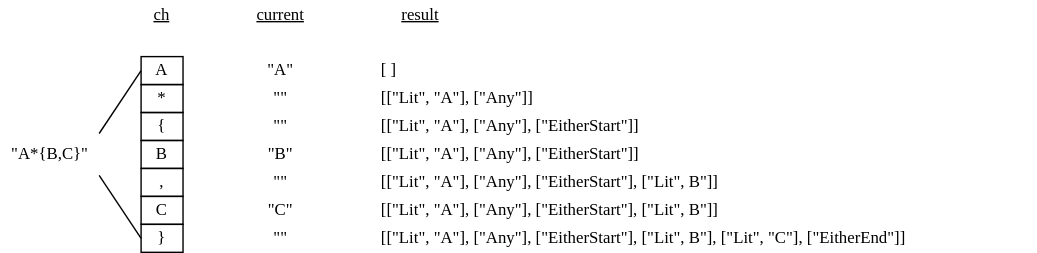
Before: docs/parse/tokenize.svg, a diagram exported from draw.io (gvwilson/sdxpy). Source tidied: cells renumbered, new cells last; positions are measured from the earlier drawing's top-left corner, leaving out a move shared by most shapes. Source of this version:
```xml
<mxGraphModel>
  <root>
    <mxCell id="0" />
    <mxCell id="1" parent="0" />
    <mxCell id="2" value="A" style="rounded=0;whiteSpace=wrap;html=1;fillColor=none;fontFamily=Verdana;" parent="1" vertex="1">
      <mxGeometry x="100" y="40" width="30" height="20" as="geometry" />
    </mxCell>
    <mxCell id="3" value="*" style="rounded=0;whiteSpace=wrap;html=1;fillColor=none;fontFamily=Verdana;" parent="1" vertex="1">
      <mxGeometry x="100" y="60" width="30" height="20" as="geometry" />
    </mxCell>
    <mxCell id="4" value="{" style="rounded=0;whiteSpace=wrap;html=1;fillColor=none;fontFamily=Verdana;" parent="1" vertex="1">
      <mxGeometry x="100" y="80" width="30" height="20" as="geometry" />
    </mxCell>
    <mxCell id="5" value="B" style="rounded=0;whiteSpace=wrap;html=1;fillColor=none;fontFamily=Verdana;" parent="1" vertex="1">
      <mxGeometry x="100" y="100" width="30" height="20" as="geometry" />
    </mxCell>
    <mxCell id="6" value="," style="rounded=0;whiteSpace=wrap;html=1;fillColor=none;fontFamily=Verdana;" parent="1" vertex="1">
      <mxGeometry x="100" y="120" width="30" height="20" as="geometry" />
    </mxCell>
    <mxCell id="7" value="C" style="rounded=0;whiteSpace=wrap;html=1;fillColor=none;fontFamily=Verdana;" parent="1" vertex="1">
      <mxGeometry x="100" y="140" width="30" height="20" as="geometry" />
    </mxCell>
    <mxCell id="8" value="}" style="rounded=0;whiteSpace=wrap;html=1;fillColor=none;fontFamily=Verdana;" parent="1" vertex="1">
      <mxGeometry x="100" y="160" width="30" height="20" as="geometry" />
    </mxCell>
    <mxCell id="9" value="&quot;A*{B,C}&quot;" style="text;html=1;strokeColor=none;fillColor=none;align=center;verticalAlign=middle;whiteSpace=wrap;rounded=0;fontFamily=Verdana;" parent="1" vertex="1">
      <mxGeometry y="95" width="70" height="30" as="geometry" />
    </mxCell>
    <mxCell id="10" style="endArrow=none;html=1;rounded=0;exitX=0;exitY=0.5;exitDx=0;exitDy=0;entryX=1;entryY=0;entryDx=0;entryDy=0;fontFamily=Verdana;" parent="1" edge="1" source="2" target="9">
      <mxGeometry relative="1" as="geometry" />
    </mxCell>
    <mxCell id="11" style="endArrow=none;html=1;rounded=0;exitX=0;exitY=0.5;exitDx=0;exitDy=0;entryX=1;entryY=1;entryDx=0;entryDy=0;fontFamily=Verdana;" parent="1" edge="1" source="8" target="9">
      <mxGeometry relative="1" as="geometry" />
    </mxCell>
    <mxCell id="12" value="&lt;u&gt;current&lt;/u&gt;" style="text;html=1;strokeColor=none;fillColor=none;align=center;verticalAlign=middle;whiteSpace=wrap;rounded=0;fontFamily=Verdana;" parent="1" vertex="1">
      <mxGeometry x="170" width="60" height="20" as="geometry" />
    </mxCell>
    <mxCell id="13" value="&lt;u&gt;result&lt;/u&gt;" style="text;html=1;strokeColor=none;fillColor=none;align=center;verticalAlign=middle;whiteSpace=wrap;rounded=0;fontFamily=Verdana;" parent="1" vertex="1">
      <mxGeometry x="270" width="60" height="20" as="geometry" />
    </mxCell>
    <mxCell id="14" value="&quot;A&quot;" style="text;html=1;strokeColor=none;fillColor=none;align=center;verticalAlign=middle;whiteSpace=wrap;rounded=0;fontFamily=Verdana;" parent="1" vertex="1">
      <mxGeometry x="170" y="40" width="60" height="20" as="geometry" />
    </mxCell>
    <mxCell id="15" value="[ ]" style="text;html=1;strokeColor=none;fillColor=none;align=left;verticalAlign=middle;whiteSpace=wrap;rounded=0;fontFamily=Verdana;" parent="1" vertex="1">
      <mxGeometry x="270" y="40" width="60" height="20" as="geometry" />
    </mxCell>
    <mxCell id="16" value="&quot;&quot;" style="text;html=1;strokeColor=none;fillColor=none;align=center;verticalAlign=middle;whiteSpace=wrap;rounded=0;fontFamily=Verdana;" parent="1" vertex="1">
      <mxGeometry x="170" y="60" width="60" height="20" as="geometry" />
    </mxCell>
    <mxCell id="17" value="&lt;u&gt;ch&lt;/u&gt;" style="text;html=1;strokeColor=none;fillColor=none;align=center;verticalAlign=middle;whiteSpace=wrap;rounded=0;fontFamily=Verdana;" parent="1" vertex="1">
      <mxGeometry x="85" width="60" height="20" as="geometry" />
    </mxCell>
    <mxCell id="18" value="[[&quot;Lit&quot;, &quot;A&quot;], [&quot;Any&quot;]]" style="text;html=1;strokeColor=none;fillColor=none;align=left;verticalAlign=middle;whiteSpace=wrap;rounded=0;fontFamily=Verdana;" parent="1" vertex="1">
      <mxGeometry x="270" y="60" width="140" height="20" as="geometry" />
    </mxCell>
    <mxCell id="19" value="&quot;&quot;" style="text;html=1;strokeColor=none;fillColor=none;align=center;verticalAlign=middle;whiteSpace=wrap;rounded=0;fontFamily=Verdana;" parent="1" vertex="1">
      <mxGeometry x="170" y="80" width="60" height="20" as="geometry" />
    </mxCell>
    <mxCell id="20" value="[[&quot;Lit&quot;, &quot;A&quot;], [&quot;Any&quot;], [&quot;EitherStart&quot;]]" style="text;html=1;strokeColor=none;fillColor=none;align=left;verticalAlign=middle;whiteSpace=wrap;rounded=0;fontFamily=Verdana;" parent="1" vertex="1">
      <mxGeometry x="270" y="80" width="230" height="20" as="geometry" />
    </mxCell>
    <mxCell id="21" value="&quot;B&quot;" style="text;html=1;strokeColor=none;fillColor=none;align=center;verticalAlign=middle;whiteSpace=wrap;rounded=0;fontFamily=Verdana;" parent="1" vertex="1">
      <mxGeometry x="170" y="100" width="60" height="20" as="geometry" />
    </mxCell>
    <mxCell id="22" value="[[&quot;Lit&quot;, &quot;A&quot;], [&quot;Any&quot;], [&quot;EitherStart&quot;]]" style="text;html=1;strokeColor=none;fillColor=none;align=left;verticalAlign=middle;whiteSpace=wrap;rounded=0;fontFamily=Verdana;" parent="1" vertex="1">
      <mxGeometry x="270" y="100" width="390" height="20" as="geometry" />
    </mxCell>
    <mxCell id="23" value="&quot;&quot;" style="text;html=1;strokeColor=none;fillColor=none;align=center;verticalAlign=middle;whiteSpace=wrap;rounded=0;fontFamily=Verdana;" parent="1" vertex="1">
      <mxGeometry x="170" y="120" width="60" height="20" as="geometry" />
    </mxCell>
    <mxCell id="24" value="[[&quot;Lit&quot;, &quot;A&quot;], [&quot;Any&quot;], [&quot;EitherStart&quot;], [&quot;Lit&quot;, B&quot;]]" style="text;html=1;strokeColor=none;fillColor=none;align=left;verticalAlign=middle;whiteSpace=wrap;rounded=0;fontFamily=Verdana;" parent="1" vertex="1">
      <mxGeometry x="270" y="120" width="390" height="20" as="geometry" />
    </mxCell>
    <mxCell id="25" value="&quot;C&quot;" style="text;html=1;strokeColor=none;fillColor=none;align=center;verticalAlign=middle;whiteSpace=wrap;rounded=0;fontFamily=Verdana;" parent="1" vertex="1">
      <mxGeometry x="170" y="140" width="60" height="20" as="geometry" />
    </mxCell>
    <mxCell id="26" value="[[&quot;Lit&quot;, &quot;A&quot;], [&quot;Any&quot;], [&quot;EitherStart&quot;], [&quot;Lit&quot;, B&quot;]]" style="text;html=1;strokeColor=none;fillColor=none;align=left;verticalAlign=middle;whiteSpace=wrap;rounded=0;fontFamily=Verdana;" parent="1" vertex="1">
      <mxGeometry x="270" y="140" width="390" height="20" as="geometry" />
    </mxCell>
    <mxCell id="27" value="&quot;&quot;" style="text;html=1;strokeColor=none;fillColor=none;align=center;verticalAlign=middle;whiteSpace=wrap;rounded=0;fontFamily=Verdana;" parent="1" vertex="1">
      <mxGeometry x="170" y="160" width="60" height="20" as="geometry" />
    </mxCell>
    <mxCell id="28" value="[[&quot;Lit&quot;, &quot;A&quot;], [&quot;Any&quot;], [&quot;EitherStart&quot;], [&quot;Lit&quot;, B&quot;], [&quot;Lit&quot;, &quot;C&quot;], [&quot;EitherEnd&quot;]]" style="text;html=1;strokeColor=none;fillColor=none;align=left;verticalAlign=middle;whiteSpace=wrap;rounded=0;fontFamily=Verdana;" parent="1" vertex="1">
      <mxGeometry x="270" y="160" width="470" height="20" as="geometry" />
    </mxCell>
  </root>
</mxGraphModel>
```
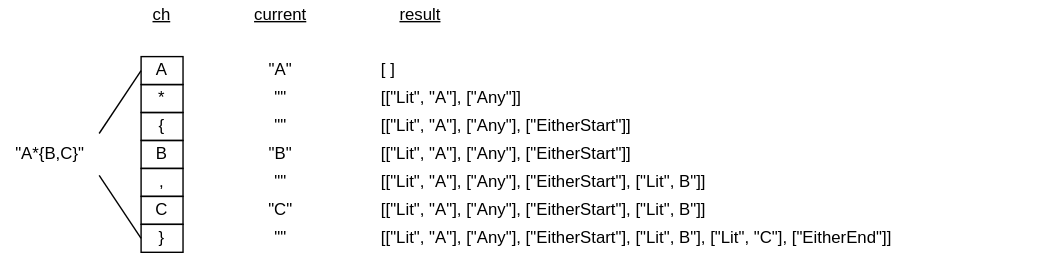
After the commit.

The edit, as a diff of the source:
```diff
@@ -2,85 +2,85 @@
   <root>
     <mxCell id="0" />
     <mxCell id="1" parent="0" />
-    <mxCell id="2" value="A" style="rounded=0;whiteSpace=wrap;html=1;fillColor=none;fontFamily=Verdana;" parent="1" vertex="1">
+    <mxCell id="2" value="A" style="rounded=0;whiteSpace=wrap;html=1;fillColor=none;fontFamily=Helvetica;" parent="1" vertex="1">
       <mxGeometry x="100" y="40" width="30" height="20" as="geometry" />
     </mxCell>
-    <mxCell id="3" value="*" style="rounded=0;whiteSpace=wrap;html=1;fillColor=none;fontFamily=Verdana;" parent="1" vertex="1">
+    <mxCell id="3" value="*" style="rounded=0;whiteSpace=wrap;html=1;fillColor=none;fontFamily=Helvetica;" parent="1" vertex="1">
       <mxGeometry x="100" y="60" width="30" height="20" as="geometry" />
     </mxCell>
-    <mxCell id="4" value="{" style="rounded=0;whiteSpace=wrap;html=1;fillColor=none;fontFamily=Verdana;" parent="1" vertex="1">
+    <mxCell id="4" value="{" style="rounded=0;whiteSpace=wrap;html=1;fillColor=none;fontFamily=Helvetica;" parent="1" vertex="1">
       <mxGeometry x="100" y="80" width="30" height="20" as="geometry" />
     </mxCell>
-    <mxCell id="5" value="B" style="rounded=0;whiteSpace=wrap;html=1;fillColor=none;fontFamily=Verdana;" parent="1" vertex="1">
+    <mxCell id="5" value="B" style="rounded=0;whiteSpace=wrap;html=1;fillColor=none;fontFamily=Helvetica;" parent="1" vertex="1">
       <mxGeometry x="100" y="100" width="30" height="20" as="geometry" />
     </mxCell>
-    <mxCell id="6" value="," style="rounded=0;whiteSpace=wrap;html=1;fillColor=none;fontFamily=Verdana;" parent="1" vertex="1">
+    <mxCell id="6" value="," style="rounded=0;whiteSpace=wrap;html=1;fillColor=none;fontFamily=Helvetica;" parent="1" vertex="1">
       <mxGeometry x="100" y="120" width="30" height="20" as="geometry" />
     </mxCell>
-    <mxCell id="7" value="C" style="rounded=0;whiteSpace=wrap;html=1;fillColor=none;fontFamily=Verdana;" parent="1" vertex="1">
+    <mxCell id="7" value="C" style="rounded=0;whiteSpace=wrap;html=1;fillColor=none;fontFamily=Helvetica;" parent="1" vertex="1">
       <mxGeometry x="100" y="140" width="30" height="20" as="geometry" />
     </mxCell>
-    <mxCell id="8" value="}" style="rounded=0;whiteSpace=wrap;html=1;fillColor=none;fontFamily=Verdana;" parent="1" vertex="1">
+    <mxCell id="8" value="}" style="rounded=0;whiteSpace=wrap;html=1;fillColor=none;fontFamily=Helvetica;" parent="1" vertex="1">
       <mxGeometry x="100" y="160" width="30" height="20" as="geometry" />
     </mxCell>
-    <mxCell id="9" value="&quot;A*{B,C}&quot;" style="text;html=1;strokeColor=none;fillColor=none;align=center;verticalAlign=middle;whiteSpace=wrap;rounded=0;fontFamily=Verdana;" parent="1" vertex="1">
+    <mxCell id="9" value="&quot;A*{B,C}&quot;" style="text;html=1;strokeColor=none;fillColor=none;align=center;verticalAlign=middle;whiteSpace=wrap;rounded=0;fontFamily=Helvetica;" parent="1" vertex="1">
       <mxGeometry y="95" width="70" height="30" as="geometry" />
     </mxCell>
-    <mxCell id="10" style="endArrow=none;html=1;rounded=0;exitX=0;exitY=0.5;exitDx=0;exitDy=0;entryX=1;entryY=0;entryDx=0;entryDy=0;fontFamily=Verdana;" parent="1" edge="1" source="2" target="9">
+    <mxCell id="10" style="endArrow=none;html=1;rounded=0;exitX=0;exitY=0.5;exitDx=0;exitDy=0;entryX=1;entryY=0;entryDx=0;entryDy=0;fontFamily=Helvetica;" parent="1" edge="1" source="2" target="9">
       <mxGeometry relative="1" as="geometry" />
     </mxCell>
-    <mxCell id="11" style="endArrow=none;html=1;rounded=0;exitX=0;exitY=0.5;exitDx=0;exitDy=0;entryX=1;entryY=1;entryDx=0;entryDy=0;fontFamily=Verdana;" parent="1" edge="1" source="8" target="9">
+    <mxCell id="11" style="endArrow=none;html=1;rounded=0;exitX=0;exitY=0.5;exitDx=0;exitDy=0;entryX=1;entryY=1;entryDx=0;entryDy=0;fontFamily=Helvetica;" parent="1" edge="1" source="8" target="9">
       <mxGeometry relative="1" as="geometry" />
     </mxCell>
-    <mxCell id="12" value="&lt;u&gt;current&lt;/u&gt;" style="text;html=1;strokeColor=none;fillColor=none;align=center;verticalAlign=middle;whiteSpace=wrap;rounded=0;fontFamily=Verdana;" parent="1" vertex="1">
+    <mxCell id="12" value="&lt;u&gt;current&lt;/u&gt;" style="text;html=1;strokeColor=none;fillColor=none;align=center;verticalAlign=middle;whiteSpace=wrap;rounded=0;fontFamily=Helvetica;" parent="1" vertex="1">
       <mxGeometry x="170" width="60" height="20" as="geometry" />
     </mxCell>
-    <mxCell id="13" value="&lt;u&gt;result&lt;/u&gt;" style="text;html=1;strokeColor=none;fillColor=none;align=center;verticalAlign=middle;whiteSpace=wrap;rounded=0;fontFamily=Verdana;" parent="1" vertex="1">
+    <mxCell id="13" value="&lt;u&gt;result&lt;/u&gt;" style="text;html=1;strokeColor=none;fillColor=none;align=center;verticalAlign=middle;whiteSpace=wrap;rounded=0;fontFamily=Helvetica;" parent="1" vertex="1">
       <mxGeometry x="270" width="60" height="20" as="geometry" />
     </mxCell>
-    <mxCell id="14" value="&quot;A&quot;" style="text;html=1;strokeColor=none;fillColor=none;align=center;verticalAlign=middle;whiteSpace=wrap;rounded=0;fontFamily=Verdana;" parent="1" vertex="1">
+    <mxCell id="14" value="&quot;A&quot;" style="text;html=1;strokeColor=none;fillColor=none;align=center;verticalAlign=middle;whiteSpace=wrap;rounded=0;fontFamily=Helvetica;" parent="1" vertex="1">
       <mxGeometry x="170" y="40" width="60" height="20" as="geometry" />
     </mxCell>
-    <mxCell id="15" value="[ ]" style="text;html=1;strokeColor=none;fillColor=none;align=left;verticalAlign=middle;whiteSpace=wrap;rounded=0;fontFamily=Verdana;" parent="1" vertex="1">
+    <mxCell id="15" value="[ ]" style="text;html=1;strokeColor=none;fillColor=none;align=left;verticalAlign=middle;whiteSpace=wrap;rounded=0;fontFamily=Helvetica;" parent="1" vertex="1">
       <mxGeometry x="270" y="40" width="60" height="20" as="geometry" />
     </mxCell>
-    <mxCell id="16" value="&quot;&quot;" style="text;html=1;strokeColor=none;fillColor=none;align=center;verticalAlign=middle;whiteSpace=wrap;rounded=0;fontFamily=Verdana;" parent="1" vertex="1">
+    <mxCell id="16" value="&quot;&quot;" style="text;html=1;strokeColor=none;fillColor=none;align=center;verticalAlign=middle;whiteSpace=wrap;rounded=0;fontFamily=Helvetica;" parent="1" vertex="1">
       <mxGeometry x="170" y="60" width="60" height="20" as="geometry" />
     </mxCell>
-    <mxCell id="17" value="&lt;u&gt;ch&lt;/u&gt;" style="text;html=1;strokeColor=none;fillColor=none;align=center;verticalAlign=middle;whiteSpace=wrap;rounded=0;fontFamily=Verdana;" parent="1" vertex="1">
+    <mxCell id="17" value="&lt;u&gt;ch&lt;/u&gt;" style="text;html=1;strokeColor=none;fillColor=none;align=center;verticalAlign=middle;whiteSpace=wrap;rounded=0;fontFamily=Helvetica;" parent="1" vertex="1">
       <mxGeometry x="85" width="60" height="20" as="geometry" />
     </mxCell>
-    <mxCell id="18" value="[[&quot;Lit&quot;, &quot;A&quot;], [&quot;Any&quot;]]" style="text;html=1;strokeColor=none;fillColor=none;align=left;verticalAlign=middle;whiteSpace=wrap;rounded=0;fontFamily=Verdana;" parent="1" vertex="1">
+    <mxCell id="18" value="[[&quot;Lit&quot;, &quot;A&quot;], [&quot;Any&quot;]]" style="text;html=1;strokeColor=none;fillColor=none;align=left;verticalAlign=middle;whiteSpace=wrap;rounded=0;fontFamily=Helvetica;" parent="1" vertex="1">
       <mxGeometry x="270" y="60" width="140" height="20" as="geometry" />
     </mxCell>
-    <mxCell id="19" value="&quot;&quot;" style="text;html=1;strokeColor=none;fillColor=none;align=center;verticalAlign=middle;whiteSpace=wrap;rounded=0;fontFamily=Verdana;" parent="1" vertex="1">
+    <mxCell id="19" value="&quot;&quot;" style="text;html=1;strokeColor=none;fillColor=none;align=center;verticalAlign=middle;whiteSpace=wrap;rounded=0;fontFamily=Helvetica;" parent="1" vertex="1">
       <mxGeometry x="170" y="80" width="60" height="20" as="geometry" />
     </mxCell>
-    <mxCell id="20" value="[[&quot;Lit&quot;, &quot;A&quot;], [&quot;Any&quot;], [&quot;EitherStart&quot;]]" style="text;html=1;strokeColor=none;fillColor=none;align=left;verticalAlign=middle;whiteSpace=wrap;rounded=0;fontFamily=Verdana;" parent="1" vertex="1">
+    <mxCell id="20" value="[[&quot;Lit&quot;, &quot;A&quot;], [&quot;Any&quot;], [&quot;EitherStart&quot;]]" style="text;html=1;strokeColor=none;fillColor=none;align=left;verticalAlign=middle;whiteSpace=wrap;rounded=0;fontFamily=Helvetica;" parent="1" vertex="1">
       <mxGeometry x="270" y="80" width="230" height="20" as="geometry" />
     </mxCell>
-    <mxCell id="21" value="&quot;B&quot;" style="text;html=1;strokeColor=none;fillColor=none;align=center;verticalAlign=middle;whiteSpace=wrap;rounded=0;fontFamily=Verdana;" parent="1" vertex="1">
+    <mxCell id="21" value="&quot;B&quot;" style="text;html=1;strokeColor=none;fillColor=none;align=center;verticalAlign=middle;whiteSpace=wrap;rounded=0;fontFamily=Helvetica;" parent="1" vertex="1">
       <mxGeometry x="170" y="100" width="60" height="20" as="geometry" />
     </mxCell>
-    <mxCell id="22" value="[[&quot;Lit&quot;, &quot;A&quot;], [&quot;Any&quot;], [&quot;EitherStart&quot;]]" style="text;html=1;strokeColor=none;fillColor=none;align=left;verticalAlign=middle;whiteSpace=wrap;rounded=0;fontFamily=Verdana;" parent="1" vertex="1">
+    <mxCell id="22" value="[[&quot;Lit&quot;, &quot;A&quot;], [&quot;Any&quot;], [&quot;EitherStart&quot;]]" style="text;html=1;strokeColor=none;fillColor=none;align=left;verticalAlign=middle;whiteSpace=wrap;rounded=0;fontFamily=Helvetica;" parent="1" vertex="1">
       <mxGeometry x="270" y="100" width="390" height="20" as="geometry" />
     </mxCell>
-    <mxCell id="23" value="&quot;&quot;" style="text;html=1;strokeColor=none;fillColor=none;align=center;verticalAlign=middle;whiteSpace=wrap;rounded=0;fontFamily=Verdana;" parent="1" vertex="1">
+    <mxCell id="23" value="&quot;&quot;" style="text;html=1;strokeColor=none;fillColor=none;align=center;verticalAlign=middle;whiteSpace=wrap;rounded=0;fontFamily=Helvetica;" parent="1" vertex="1">
       <mxGeometry x="170" y="120" width="60" height="20" as="geometry" />
     </mxCell>
-    <mxCell id="24" value="[[&quot;Lit&quot;, &quot;A&quot;], [&quot;Any&quot;], [&quot;EitherStart&quot;], [&quot;Lit&quot;, B&quot;]]" style="text;html=1;strokeColor=none;fillColor=none;align=left;verticalAlign=middle;whiteSpace=wrap;rounded=0;fontFamily=Verdana;" parent="1" vertex="1">
+    <mxCell id="24" value="[[&quot;Lit&quot;, &quot;A&quot;], [&quot;Any&quot;], [&quot;EitherStart&quot;], [&quot;Lit&quot;, B&quot;]]" style="text;html=1;strokeColor=none;fillColor=none;align=left;verticalAlign=middle;whiteSpace=wrap;rounded=0;fontFamily=Helvetica;" parent="1" vertex="1">
       <mxGeometry x="270" y="120" width="390" height="20" as="geometry" />
     </mxCell>
-    <mxCell id="25" value="&quot;C&quot;" style="text;html=1;strokeColor=none;fillColor=none;align=center;verticalAlign=middle;whiteSpace=wrap;rounded=0;fontFamily=Verdana;" parent="1" vertex="1">
+    <mxCell id="25" value="&quot;C&quot;" style="text;html=1;strokeColor=none;fillColor=none;align=center;verticalAlign=middle;whiteSpace=wrap;rounded=0;fontFamily=Helvetica;" parent="1" vertex="1">
       <mxGeometry x="170" y="140" width="60" height="20" as="geometry" />
     </mxCell>
-    <mxCell id="26" value="[[&quot;Lit&quot;, &quot;A&quot;], [&quot;Any&quot;], [&quot;EitherStart&quot;], [&quot;Lit&quot;, B&quot;]]" style="text;html=1;strokeColor=none;fillColor=none;align=left;verticalAlign=middle;whiteSpace=wrap;rounded=0;fontFamily=Verdana;" parent="1" vertex="1">
+    <mxCell id="26" value="[[&quot;Lit&quot;, &quot;A&quot;], [&quot;Any&quot;], [&quot;EitherStart&quot;], [&quot;Lit&quot;, B&quot;]]" style="text;html=1;strokeColor=none;fillColor=none;align=left;verticalAlign=middle;whiteSpace=wrap;rounded=0;fontFamily=Helvetica;" parent="1" vertex="1">
       <mxGeometry x="270" y="140" width="390" height="20" as="geometry" />
     </mxCell>
-    <mxCell id="27" value="&quot;&quot;" style="text;html=1;strokeColor=none;fillColor=none;align=center;verticalAlign=middle;whiteSpace=wrap;rounded=0;fontFamily=Verdana;" parent="1" vertex="1">
+    <mxCell id="27" value="&quot;&quot;" style="text;html=1;strokeColor=none;fillColor=none;align=center;verticalAlign=middle;whiteSpace=wrap;rounded=0;fontFamily=Helvetica;" parent="1" vertex="1">
       <mxGeometry x="170" y="160" width="60" height="20" as="geometry" />
     </mxCell>
-    <mxCell id="28" value="[[&quot;Lit&quot;, &quot;A&quot;], [&quot;Any&quot;], [&quot;EitherStart&quot;], [&quot;Lit&quot;, B&quot;], [&quot;Lit&quot;, &quot;C&quot;], [&quot;EitherEnd&quot;]]" style="text;html=1;strokeColor=none;fillColor=none;align=left;verticalAlign=middle;whiteSpace=wrap;rounded=0;fontFamily=Verdana;" parent="1" vertex="1">
+    <mxCell id="28" value="[[&quot;Lit&quot;, &quot;A&quot;], [&quot;Any&quot;], [&quot;EitherStart&quot;], [&quot;Lit&quot;, B&quot;], [&quot;Lit&quot;, &quot;C&quot;], [&quot;EitherEnd&quot;]]" style="text;html=1;strokeColor=none;fillColor=none;align=left;verticalAlign=middle;whiteSpace=wrap;rounded=0;fontFamily=Helvetica;" parent="1" vertex="1">
       <mxGeometry x="270" y="160" width="470" height="20" as="geometry" />
     </mxCell>
   </root>
```
